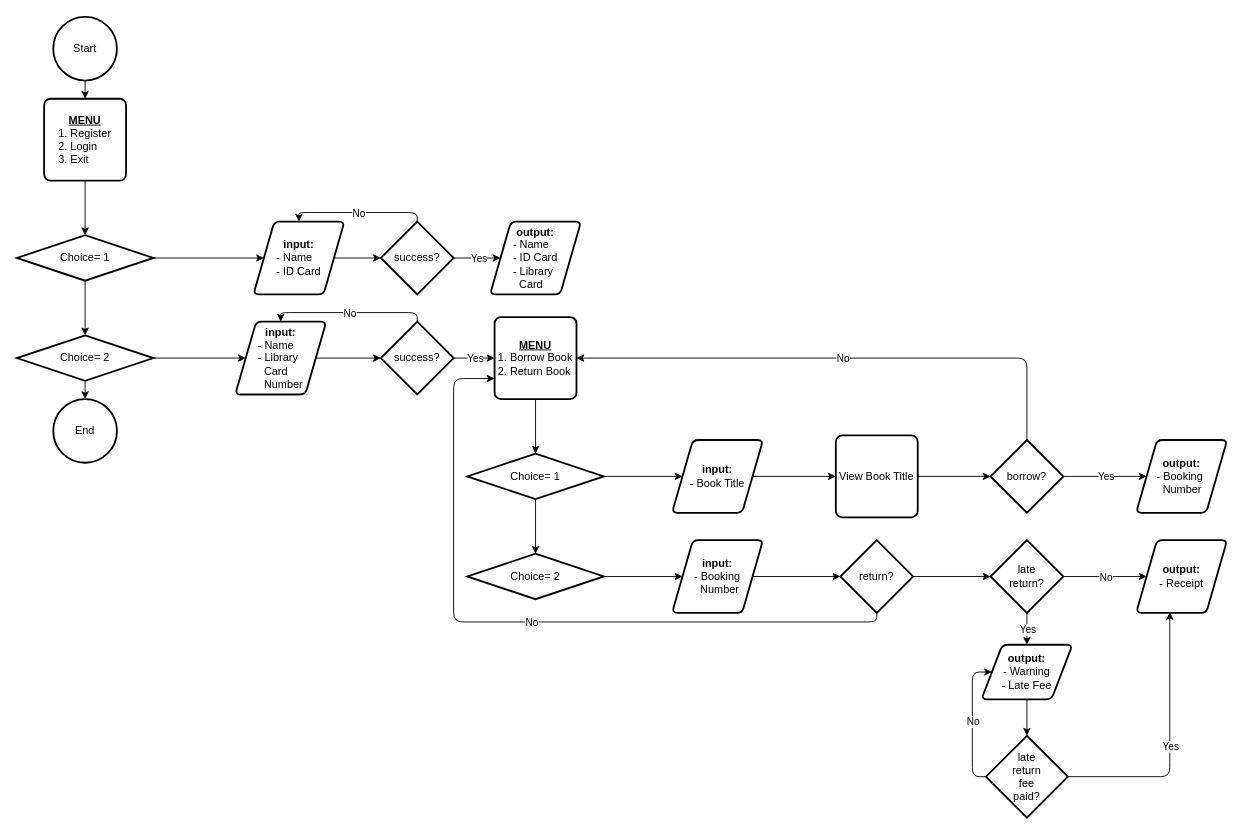
githafizh/cit105 keeps this draw.io diagram as page "Page-1" (1 of 2) of Week 2/homework3.drawio. Above is the earlier version. Source tidied: cells renumbered, new cells numbered last; positions are measured from the earlier drawing's top-left corner, leaving out a move shared by most shapes. Both pictures are drawn from the tidied source at 91%, with x=0, y=0 at pixel (16, 16).
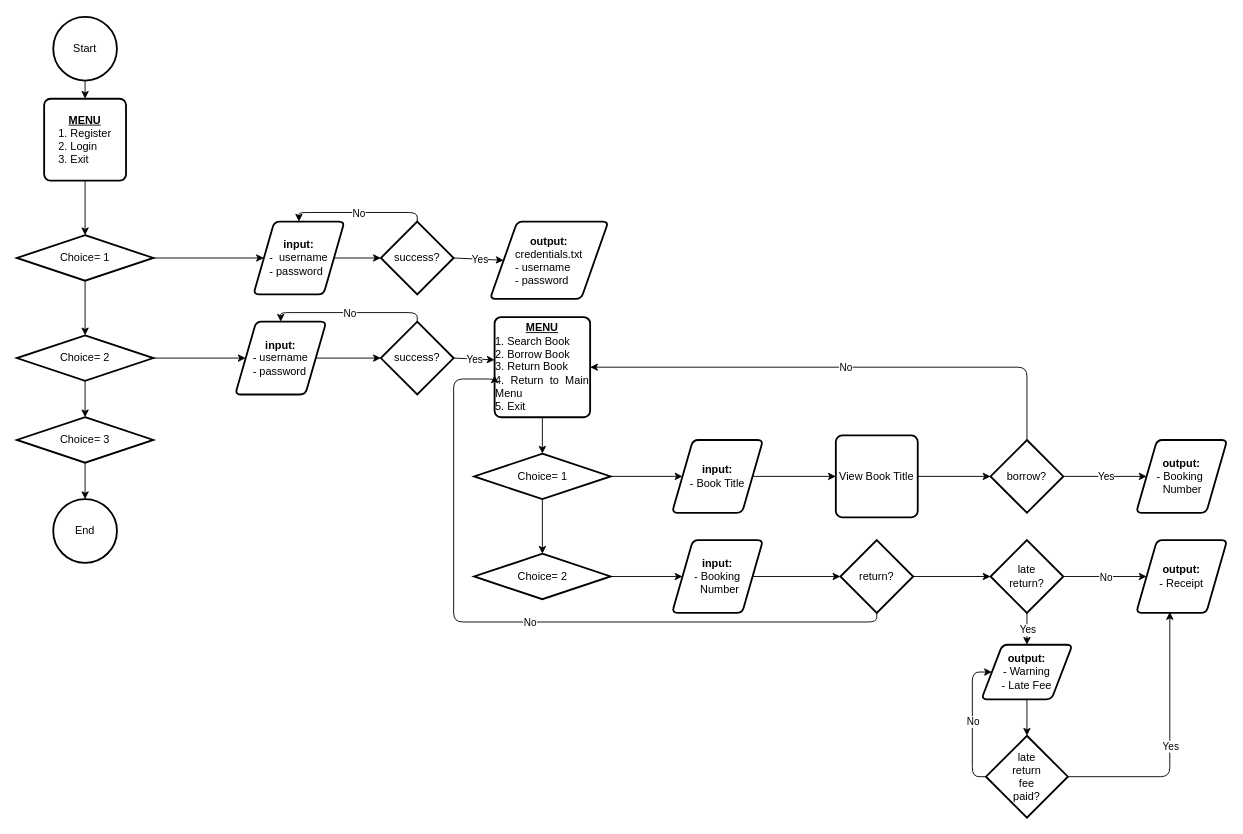
The same page after the edit.

Unchanged cells that the change refers to:
```xml
<mxCell id="11" value="Choice= 2" style="strokeWidth=2;html=1;shape=mxgraph.flowchart.decision;whiteSpace=wrap;" parent="1" vertex="1">
  <mxGeometry y="350" width="150" height="50" as="geometry" />
</mxCell>
<mxCell id="23" value="success?" style="strokeWidth=2;html=1;shape=mxgraph.flowchart.decision;whiteSpace=wrap;" parent="1" vertex="1">
  <mxGeometry x="400" y="335" width="80" height="80" as="geometry" />
</mxCell>
<mxCell id="48" value="return?" style="strokeWidth=2;html=1;shape=mxgraph.flowchart.decision;whiteSpace=wrap;" parent="1" vertex="1">
  <mxGeometry x="905" y="575" width="80" height="80" as="geometry" />
</mxCell>
```

Change to the diagram source:
```diff
@@
-    <mxCell id="9" style="edgeStyle=orthogonalEdgeStyle;rounded=0;jettySize=auto;html=1;exitX=0.5;exitY=1;exitDx=0;exitDy=0;exitPerimeter=0;entryX=0.5;entryY=0;entryDx=0;entryDy=0;entryPerimeter=0;" parent="1" edge="1" source="11" target="12">
-      <mxGeometry relative="1" as="geometry" />
-    </mxCell>
@@
+    <mxCell id="64" style="edgeStyle=orthogonalEdgeStyle;rounded=0;jettySize=auto;html=1;exitX=0.5;exitY=1;exitDx=0;exitDy=0;exitPerimeter=0;entryX=0.5;entryY=0;entryDx=0;entryDy=0;entryPerimeter=0;" parent="1" edge="1" source="11" target="66">
+      <mxGeometry relative="1" as="geometry" />
+    </mxCell>
@@
     <mxCell id="12" value="End" style="strokeWidth=2;html=1;shape=mxgraph.flowchart.start_2;whiteSpace=wrap;" parent="1" vertex="1">
-      <mxGeometry x="40" y="420" width="70" height="70" as="geometry" />
+      <mxGeometry x="40" y="530" width="70" height="70" as="geometry" />
     </mxCell>
@@
-    <mxCell id="14" value="&lt;b&gt;input:&lt;/b&gt;&lt;br&gt;&lt;div style=&quot;text-align: justify&quot;&gt;&lt;span&gt;- Name&lt;/span&gt;&lt;/div&gt;&lt;div style=&quot;text-align: justify&quot;&gt;&lt;span&gt;- ID Card&lt;/span&gt;&lt;/div&gt;" style="shape=parallelogram;html=1;strokeWidth=2;perimeter=parallelogramPerimeter;whiteSpace=wrap;rounded=1;arcSize=12;size=0.23;" parent="1" vertex="1">
+    <mxCell id="14" value="&lt;b&gt;input:&lt;/b&gt;&lt;br&gt;&lt;div style=&quot;text-align: justify&quot;&gt;&lt;span&gt;-&amp;nbsp; username&lt;/span&gt;&lt;/div&gt;&lt;div style=&quot;text-align: justify&quot;&gt;&lt;span&gt;- password&lt;/span&gt;&lt;/div&gt;" style="shape=parallelogram;html=1;strokeWidth=2;perimeter=parallelogramPerimeter;whiteSpace=wrap;rounded=1;arcSize=12;size=0.23;" parent="1" vertex="1">
       <mxGeometry x="260" y="225" width="100" height="80" as="geometry" />
     </mxCell>
@@
-    <mxCell id="20" value="&lt;b&gt;output:&lt;/b&gt;&lt;br&gt;&lt;div style=&quot;text-align: justify&quot;&gt;&lt;span&gt;- Name&lt;/span&gt;&lt;/div&gt;&lt;div style=&quot;text-align: justify&quot;&gt;&lt;span&gt;- ID Card&lt;/span&gt;&lt;/div&gt;&lt;div style=&quot;text-align: justify&quot;&gt;&lt;span&gt;- Library&amp;nbsp;&lt;/span&gt;&lt;/div&gt;&lt;div style=&quot;text-align: justify&quot;&gt;&amp;nbsp; Card&lt;/div&gt;" style="shape=parallelogram;html=1;strokeWidth=2;perimeter=parallelogramPerimeter;whiteSpace=wrap;rounded=1;arcSize=12;size=0.23;" parent="1" vertex="1">
-      <mxGeometry x="520" y="225" width="100" height="80" as="geometry" />
+    <mxCell id="20" value="&lt;b&gt;output:&lt;br&gt;&lt;/b&gt;&lt;div style=&quot;text-align: justify&quot;&gt;credentials.txt&lt;/div&gt;&lt;div style=&quot;text-align: justify&quot;&gt;- username&lt;/div&gt;&lt;div style=&quot;text-align: justify&quot;&gt;- password&lt;/div&gt;" style="shape=parallelogram;html=1;strokeWidth=2;perimeter=parallelogramPerimeter;whiteSpace=wrap;rounded=1;arcSize=12;size=0.23;" parent="1" vertex="1">
+      <mxGeometry x="520" y="225" width="130" height="85" as="geometry" />
     </mxCell>
@@
-    <mxCell id="22" value="&lt;b&gt;input:&lt;/b&gt;&lt;br&gt;&lt;div style=&quot;text-align: justify&quot;&gt;&lt;span&gt;- Name&lt;/span&gt;&lt;/div&gt;&lt;div style=&quot;text-align: justify&quot;&gt;&lt;span&gt;- Library&amp;nbsp;&lt;/span&gt;&lt;/div&gt;&lt;div style=&quot;text-align: justify&quot;&gt;&lt;span&gt;&amp;nbsp; Card&lt;/span&gt;&lt;/div&gt;&lt;div style=&quot;text-align: justify&quot;&gt;&lt;span&gt;&amp;nbsp; Number&lt;/span&gt;&lt;/div&gt;" style="shape=parallelogram;html=1;strokeWidth=2;perimeter=parallelogramPerimeter;whiteSpace=wrap;rounded=1;arcSize=12;size=0.23;" parent="1" vertex="1">
+    <mxCell id="22" value="&lt;b&gt;input:&lt;/b&gt;&lt;br&gt;&lt;div style=&quot;text-align: justify&quot;&gt;- username&lt;/div&gt;&lt;div style=&quot;text-align: justify&quot;&gt;- password&lt;/div&gt;" style="shape=parallelogram;html=1;strokeWidth=2;perimeter=parallelogramPerimeter;whiteSpace=wrap;rounded=1;arcSize=12;size=0.23;" parent="1" vertex="1">
       <mxGeometry x="240" y="335" width="100" height="80" as="geometry" />
     </mxCell>
@@
-    <mxCell id="27" value="&lt;div&gt;&lt;b&gt;&lt;u&gt;MENU&lt;/u&gt;&lt;/b&gt;&lt;/div&gt;&lt;div style=&quot;text-align: justify&quot;&gt;&lt;span&gt;1. Borrow Book&lt;/span&gt;&lt;/div&gt;&lt;div style=&quot;text-align: justify&quot;&gt;&lt;span&gt;2. Return Book&lt;/span&gt;&lt;/div&gt;" style="rounded=1;whiteSpace=wrap;html=1;absoluteArcSize=1;arcSize=14;strokeWidth=2;" parent="1" vertex="1">
-      <mxGeometry x="525" y="330" width="90" height="90" as="geometry" />
+    <mxCell id="27" value="&lt;div&gt;&lt;b&gt;&lt;u&gt;MENU&lt;/u&gt;&lt;/b&gt;&lt;/div&gt;&lt;div style=&quot;text-align: justify&quot;&gt;&lt;span&gt;1. Search Book&lt;/span&gt;&lt;/div&gt;&lt;div style=&quot;text-align: justify&quot;&gt;&lt;span&gt;2. Borrow Book&lt;/span&gt;&lt;/div&gt;&lt;div style=&quot;text-align: justify&quot;&gt;&lt;span&gt;3. Return Book&lt;/span&gt;&lt;/div&gt;&lt;div style=&quot;text-align: justify&quot;&gt;&lt;span&gt;4. Return to Main Menu&lt;/span&gt;&lt;/div&gt;&lt;div style=&quot;text-align: justify&quot;&gt;&lt;span&gt;5. Exit&lt;/span&gt;&lt;/div&gt;" style="rounded=1;whiteSpace=wrap;html=1;absoluteArcSize=1;arcSize=14;strokeWidth=2;" parent="1" vertex="1">
+      <mxGeometry x="525" y="330" width="105" height="110" as="geometry" />
     </mxCell>
-    <mxCell id="28" style="endArrow=classic;html=1;exitX=1;exitY=0.5;exitDx=0;exitDy=0;exitPerimeter=0;entryX=0;entryY=0.5;entryDx=0;entryDy=0;" parent="1" edge="1" source="23" target="27">
+    <mxCell id="28" style="endArrow=classic;html=1;exitX=1;exitY=0.5;exitDx=0;exitDy=0;exitPerimeter=0;entryX=0;entryY=0.427;entryDx=0;entryDy=0;entryPerimeter=0;" parent="1" edge="1" source="23" target="27">
       <mxGeometry relative="1" as="geometry" />
     </mxCell>
@@
     <mxCell id="32" value="Choice= 1" style="strokeWidth=2;html=1;shape=mxgraph.flowchart.decision;whiteSpace=wrap;" parent="1" vertex="1">
-      <mxGeometry x="495" y="480" width="150" height="50" as="geometry" />
+      <mxGeometry x="502.5" y="480" width="150" height="50" as="geometry" />
     </mxCell>
@@
     <mxCell id="34" value="Choice= 2" style="strokeWidth=2;html=1;shape=mxgraph.flowchart.decision;whiteSpace=wrap;" parent="1" vertex="1">
-      <mxGeometry x="495" y="590" width="150" height="50" as="geometry" />
+      <mxGeometry x="502.5" y="590" width="150" height="50" as="geometry" />
     </mxCell>
@@
-    <mxCell id="49" style="endArrow=classic;html=1;entryX=0;entryY=0.75;entryDx=0;entryDy=0;exitX=0.5;exitY=1;exitDx=0;exitDy=0;exitPerimeter=0;edgeStyle=orthogonalEdgeStyle;" parent="1" edge="1" source="48" target="27">
+    <mxCell id="49" style="endArrow=classic;html=1;entryX=0;entryY=0.582;entryDx=0;entryDy=0;exitX=0.5;exitY=1;exitDx=0;exitDy=0;exitPerimeter=0;edgeStyle=orthogonalEdgeStyle;entryPerimeter=0;" parent="1" edge="1" source="48" target="27">
       <mxGeometry relative="1" as="geometry">
         <Array as="points">
           <mxPoint x="945" y="665" />
           <mxPoint x="480" y="665" />
           <mxPoint x="480" y="398" />
+          <mxPoint x="525" y="398" />
         </Array>
       </mxGeometry>
     </mxCell>
@@
+    <mxCell id="65" style="edgeStyle=orthogonalEdgeStyle;rounded=0;jettySize=auto;html=1;exitX=0.5;exitY=1;exitDx=0;exitDy=0;exitPerimeter=0;entryX=0.5;entryY=0;entryDx=0;entryDy=0;entryPerimeter=0;" parent="1" edge="1" source="66" target="12">
+      <mxGeometry relative="1" as="geometry" />
+    </mxCell>
+    <mxCell id="66" value="Choice= 3" style="strokeWidth=2;html=1;shape=mxgraph.flowchart.decision;whiteSpace=wrap;" parent="1" vertex="1">
+      <mxGeometry y="440" width="150" height="50" as="geometry" />
+    </mxCell>
```
